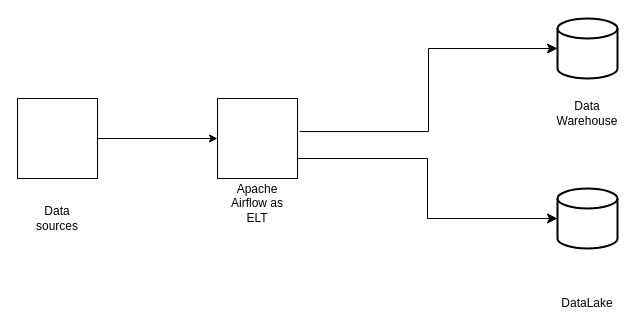
Above: ngi.drawio in anapitalai/diagrams (draw.io), before the change. Source tidied: cells renumbered, new cells numbered last; positions are measured from the earlier drawing's top-left corner, leaving out a move shared by most shapes. Both pictures are drawn from the tidied source at 100%, with x=0, y=0 at pixel (17, 18).
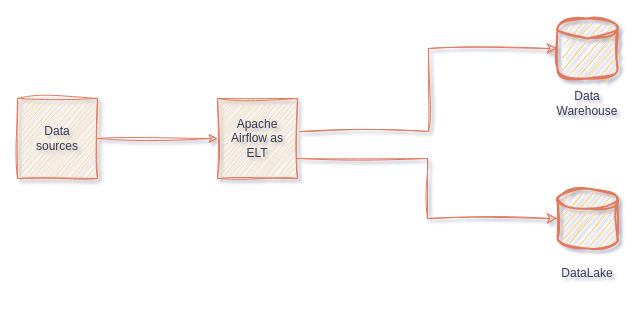
The same diagram, later.

Diff of the diagram source:
```diff
@@
-<mxGraphModel>
+<mxGraphModel shadow="1">
   <root>
     <mxCell id="0" />
     <mxCell id="1" parent="0" />
-    <mxCell id="2" style="whiteSpace=wrap;html=1;" parent="1" vertex="1">
+    <mxCell id="2" style="whiteSpace=wrap;html=1;sketch=1;curveFitting=1;jiggle=2;labelBackgroundColor=none;fillColor=#F2CC8F;strokeColor=#E07A5F;fontColor=#393C56;" parent="1" vertex="1">
       <mxGeometry y="80" width="80" height="80" as="geometry" />
     </mxCell>
-    <mxCell id="3" style="whiteSpace=wrap;html=1;" parent="1" vertex="1">
+    <mxCell id="3" style="whiteSpace=wrap;html=1;sketch=1;curveFitting=1;jiggle=2;labelBackgroundColor=none;fillColor=#F2CC8F;strokeColor=#E07A5F;fontColor=#393C56;" parent="1" vertex="1">
       <mxGeometry x="200" y="80" width="80" height="80" as="geometry" />
     </mxCell>
-    <mxCell id="4" style="endArrow=classic;html=1;rounded=0;exitX=1;exitY=0.5;exitDx=0;exitDy=0;" parent="1" edge="1" source="2">
+    <mxCell id="4" style="endArrow=classic;html=1;rounded=0;exitX=1;exitY=0.5;exitDx=0;exitDy=0;sketch=1;curveFitting=1;jiggle=2;labelBackgroundColor=none;strokeColor=#E07A5F;fontColor=default;" parent="1" edge="1" source="2">
       <mxGeometry relative="1" as="geometry">
         <mxPoint x="200" y="120" as="targetPoint" />
       </mxGeometry>
     </mxCell>
-    <mxCell id="5" style="strokeWidth=2;html=1;shape=mxgraph.flowchart.database;whiteSpace=wrap;" parent="1" vertex="1">
+    <mxCell id="5" style="strokeWidth=2;html=1;shape=mxgraph.flowchart.database;whiteSpace=wrap;sketch=1;curveFitting=1;jiggle=2;labelBackgroundColor=none;fillColor=#F2CC8F;strokeColor=#E07A5F;fontColor=#393C56;" parent="1" vertex="1">
       <mxGeometry x="540" width="60" height="60" as="geometry" />
     </mxCell>
-    <mxCell id="6" style="strokeWidth=2;html=1;shape=mxgraph.flowchart.database;whiteSpace=wrap;" parent="1" vertex="1">
+    <mxCell id="6" style="strokeWidth=2;html=1;shape=mxgraph.flowchart.database;whiteSpace=wrap;sketch=1;curveFitting=1;jiggle=2;labelBackgroundColor=none;fillColor=#F2CC8F;strokeColor=#E07A5F;fontColor=#393C56;" parent="1" vertex="1">
       <mxGeometry x="540" y="170" width="60" height="60" as="geometry" />
     </mxCell>
-    <mxCell id="7" style="edgeStyle=elbowEdgeStyle;elbow=horizontal;endArrow=classic;html=1;curved=0;rounded=0;endSize=8;startSize=8;entryX=0;entryY=0.5;entryDx=0;entryDy=0;entryPerimeter=0;exitX=1.025;exitY=0.413;exitDx=0;exitDy=0;exitPerimeter=0;" parent="1" edge="1" source="3" target="5">
+    <mxCell id="7" style="edgeStyle=elbowEdgeStyle;elbow=horizontal;endArrow=classic;html=1;curved=0;rounded=0;endSize=8;startSize=8;entryX=0;entryY=0.5;entryDx=0;entryDy=0;entryPerimeter=0;exitX=1.025;exitY=0.413;exitDx=0;exitDy=0;exitPerimeter=0;sketch=1;curveFitting=1;jiggle=2;labelBackgroundColor=none;strokeColor=#E07A5F;fontColor=default;" parent="1" edge="1" source="3" target="5">
       <mxGeometry relative="1" as="geometry" />
     </mxCell>
-    <mxCell id="8" style="edgeStyle=elbowEdgeStyle;elbow=horizontal;endArrow=classic;html=1;curved=0;rounded=0;endSize=8;startSize=8;entryX=0;entryY=0.5;entryDx=0;entryDy=0;entryPerimeter=0;exitX=1;exitY=0.75;exitDx=0;exitDy=0;" parent="1" edge="1" source="3" target="6">
+    <mxCell id="8" style="edgeStyle=elbowEdgeStyle;elbow=horizontal;endArrow=classic;html=1;curved=0;rounded=0;endSize=8;startSize=8;entryX=0;entryY=0.5;entryDx=0;entryDy=0;entryPerimeter=0;exitX=1;exitY=0.75;exitDx=0;exitDy=0;sketch=1;curveFitting=1;jiggle=2;labelBackgroundColor=none;strokeColor=#E07A5F;fontColor=default;" parent="1" edge="1" source="3" target="6">
       <mxGeometry relative="1" as="geometry" />
     </mxCell>
-    <mxCell id="9" value="Data sources" style="text;html=1;align=center;verticalAlign=middle;whiteSpace=wrap;rounded=0;" parent="1" vertex="1">
-      <mxGeometry x="10" y="185" width="60" height="30" as="geometry" />
+    <mxCell id="9" value="Data sources" style="text;html=1;align=center;verticalAlign=middle;whiteSpace=wrap;rounded=0;sketch=1;curveFitting=1;jiggle=2;labelBackgroundColor=none;fontColor=#393C56;" parent="1" vertex="1">
+      <mxGeometry x="10" y="105" width="60" height="30" as="geometry" />
     </mxCell>
-    <mxCell id="10" value="Apache Airflow as ELT" style="text;html=1;align=center;verticalAlign=middle;whiteSpace=wrap;rounded=0;" parent="1" vertex="1">
-      <mxGeometry x="210" y="170" width="60" height="30" as="geometry" />
+    <mxCell id="10" value="Apache Airflow as ELT" style="text;html=1;align=center;verticalAlign=middle;whiteSpace=wrap;rounded=0;sketch=1;curveFitting=1;jiggle=2;labelBackgroundColor=none;fontColor=#393C56;" parent="1" vertex="1">
+      <mxGeometry x="210" y="105" width="60" height="30" as="geometry" />
     </mxCell>
-    <mxCell id="11" value="Data Warehouse" style="text;html=1;align=center;verticalAlign=middle;whiteSpace=wrap;rounded=0;" parent="1" vertex="1">
-      <mxGeometry x="540" y="80" width="60" height="30" as="geometry" />
+    <mxCell id="11" value="Data Warehouse" style="text;html=1;align=center;verticalAlign=middle;whiteSpace=wrap;rounded=0;sketch=1;curveFitting=1;jiggle=2;labelBackgroundColor=none;fontColor=#393C56;" parent="1" vertex="1">
+      <mxGeometry x="540" y="70" width="60" height="30" as="geometry" />
     </mxCell>
-    <mxCell id="12" value="DataLake" style="text;html=1;align=center;verticalAlign=middle;whiteSpace=wrap;rounded=0;" parent="1" vertex="1">
-      <mxGeometry x="540" y="270" width="60" height="30" as="geometry" />
+    <mxCell id="12" value="DataLake" style="text;html=1;align=center;verticalAlign=middle;whiteSpace=wrap;rounded=0;sketch=1;curveFitting=1;jiggle=2;labelBackgroundColor=none;fontColor=#393C56;" parent="1" vertex="1">
+      <mxGeometry x="540" y="240" width="60" height="30" as="geometry" />
     </mxCell>
   </root>
 </mxGraphModel>
```
